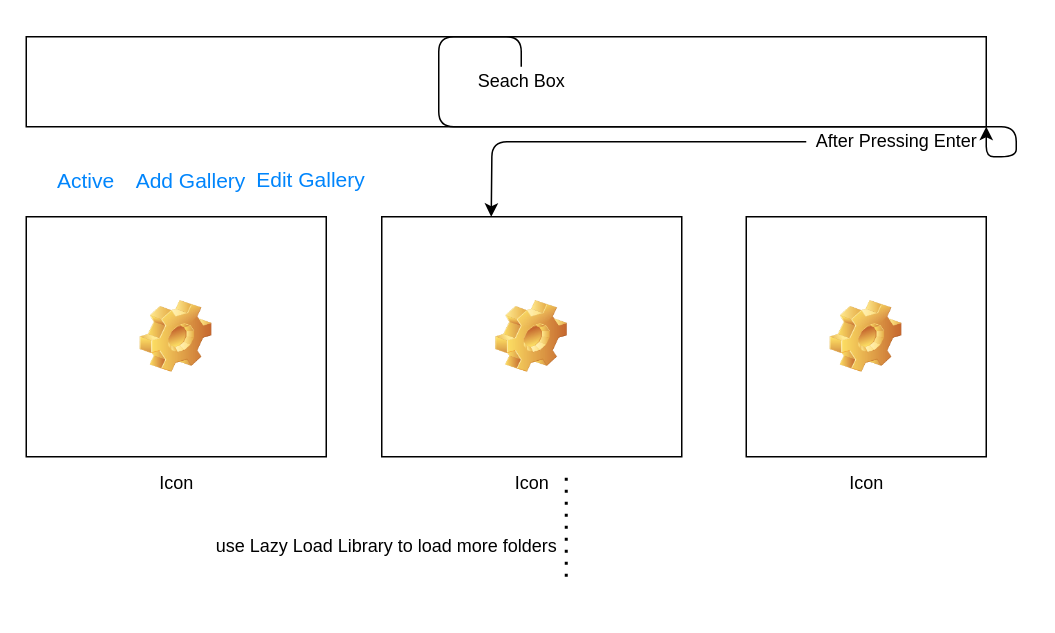
Above: photo_gallery-00.drawio in amitkumar-niranjan/imageGallery (draw.io), before the change. Source tidied: cells renumbered, new cells numbered last; positions are measured from the earlier drawing's top-left corner, leaving out a move shared by most shapes. Both pictures are drawn from the tidied source at 150%, with x=0, y=0 at pixel (26, 36).
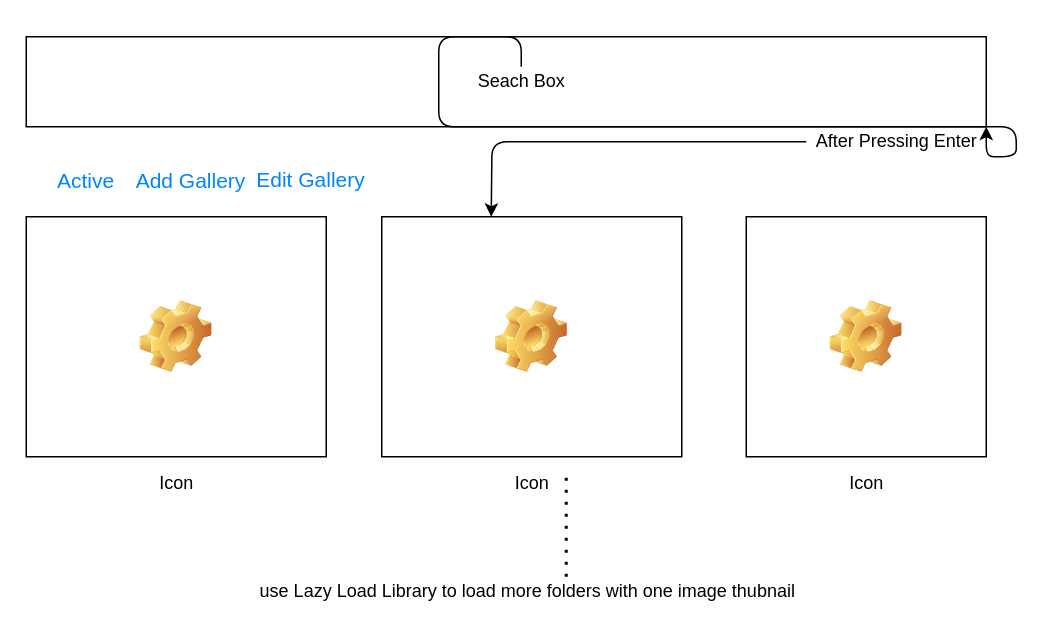
The same diagram, later.

Diff of the diagram source:
```diff
@@
 <mxGraphModel>
   <root>
     <mxCell id="0" />
     <mxCell id="1" parent="0" />
     <mxCell id="2" style="rounded=0;whiteSpace=wrap;html=1;" parent="1" vertex="1">
       <mxGeometry width="640" height="60" as="geometry" />
     </mxCell>
     <mxCell id="3" value="Active" style="fillColor=none;strokeColor=none;fontSize=14;fontColor=#0085FC;rounded=0;sketch=0;" parent="1" vertex="1">
       <mxGeometry y="80" width="80" height="30" as="geometry" />
     </mxCell>
     <mxCell id="4" value="Add Gallery" style="fillColor=none;strokeColor=none;fontSize=14;fontColor=#0085FC;rounded=0;sketch=0;" parent="1" vertex="1">
       <mxGeometry x="80" y="80" width="60" height="30" as="geometry" />
     </mxCell>
     <mxCell id="5" value="Edit Gallery&#10;" style="fillColor=none;strokeColor=none;fontSize=14;fontColor=#0085FC;rounded=0;sketch=0;" parent="1" vertex="1">
       <mxGeometry x="160" y="88" width="60" height="30" as="geometry" />
     </mxCell>
     <mxCell id="6" parent="0" />
     <mxCell id="7" style="edgeStyle=orthogonalEdgeStyle;curved=0;rounded=1;sketch=0;jettySize=auto;html=1;entryX=1;entryY=1;entryDx=0;entryDy=0;" parent="6" edge="1" source="8" target="2">
       <mxGeometry relative="1" as="geometry" />
     </mxCell>
     <mxCell id="8" value="Seach Box" style="text;html=1;align=center;verticalAlign=middle;points=[];fillColor=none;strokeColor=none;rounded=0;sketch=0;" parent="6" vertex="1">
       <mxGeometry x="295" y="20" width="70" height="20" as="geometry" />
     </mxCell>
     <mxCell id="9" style="edgeStyle=orthogonalEdgeStyle;curved=0;rounded=1;sketch=0;jettySize=auto;html=1;" parent="6" edge="1" source="10">
       <mxGeometry relative="1" as="geometry">
         <mxPoint x="310" y="120" as="targetPoint" />
       </mxGeometry>
     </mxCell>
     <mxCell id="10" value="After Pressing Enter" style="text;html=1;align=center;verticalAlign=middle;points=[];fillColor=none;strokeColor=none;rounded=0;sketch=0;" parent="6" vertex="1">
       <mxGeometry x="520" y="60" width="120" height="20" as="geometry" />
     </mxCell>
     <mxCell id="11" parent="0" />
     <mxCell id="12" value="Icon" style="icon;html=1;image=img/clipart/Gear_128x128.png;rounded=0;sketch=0;" parent="11" vertex="1">
       <mxGeometry y="120" width="200" height="160" as="geometry" />
     </mxCell>
     <mxCell id="13" value="Icon" style="icon;html=1;image=img/clipart/Gear_128x128.png;rounded=0;sketch=0;" parent="11" vertex="1">
       <mxGeometry x="237" y="120" width="200" height="160" as="geometry" />
     </mxCell>
     <mxCell id="14" value="Icon" style="icon;html=1;image=img/clipart/Gear_128x128.png;rounded=0;sketch=0;" parent="11" vertex="1">
       <mxGeometry x="480" y="120" width="160" height="160" as="geometry" />
     </mxCell>
     <mxCell id="15" style="endArrow=none;dashed=1;html=1;dashPattern=1 3;strokeWidth=2;rounded=1;sketch=0;curved=0;" parent="11" edge="1">
       <mxGeometry relative="1" as="geometry">
         <mxPoint x="360" y="360" as="sourcePoint" />
         <mxPoint x="360" y="290" as="targetPoint" />
       </mxGeometry>
     </mxCell>
     <mxCell id="16" parent="0" />
-    <mxCell id="17" value="use Lazy Load Library to load more folders&lt;br&gt;" style="text;html=1;align=center;verticalAlign=middle;fillColor=none;strokeColor=none;rounded=0;sketch=0;" parent="16" vertex="1">
-      <mxGeometry x="120" y="330" width="240" height="20" as="geometry" />
+    <mxCell id="17" value="use Lazy Load Library to load more folders with one image thubnail" style="text;html=1;align=center;verticalAlign=middle;fillColor=none;strokeColor=none;rounded=0;sketch=0;" parent="16" vertex="1">
+      <mxGeometry x="149" y="360" width="370" height="20" as="geometry" />
     </mxCell>
   </root>
 </mxGraphModel>
```
